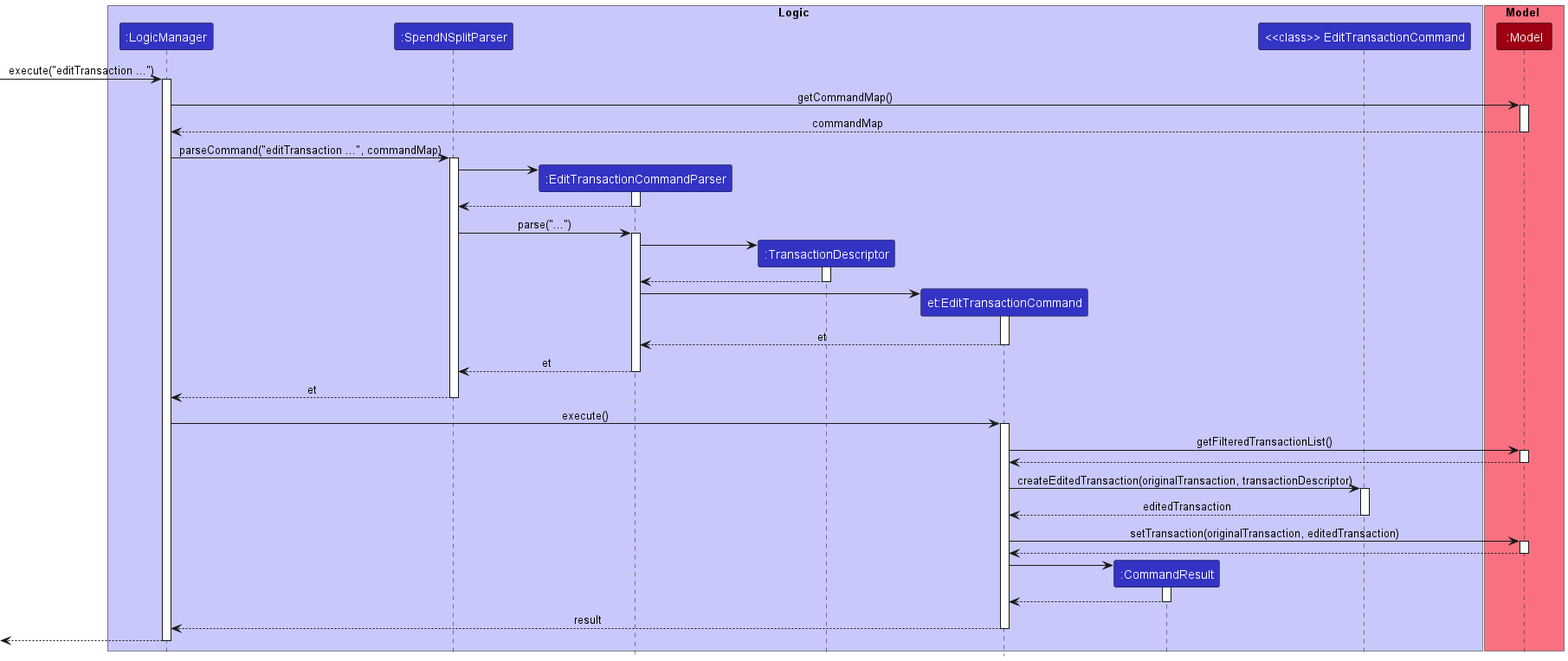
This is docs/images/EditTransactionSequenceDiagram.png from nus-cs2103-AY2324S1/tp, a PlantUML export, as it was before one commit.
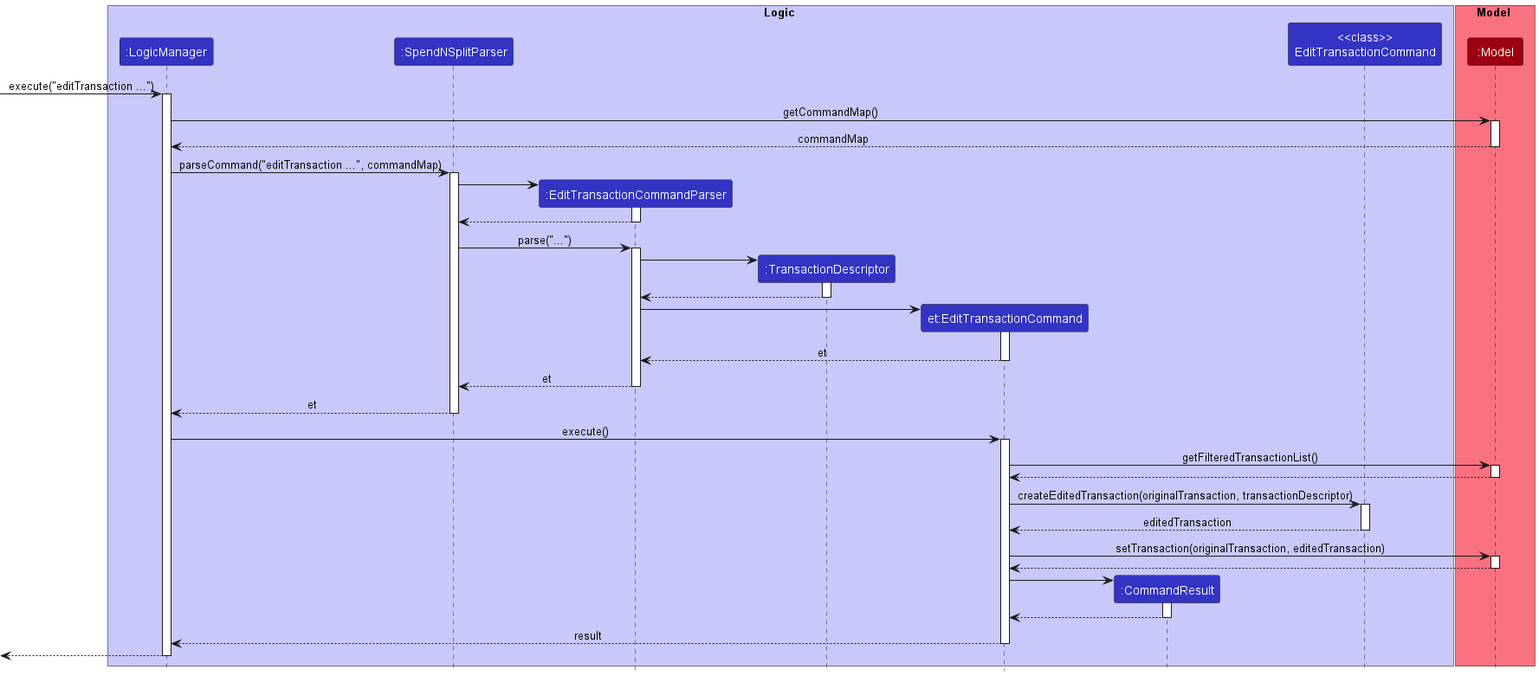
After the change.

What changed in the source:
```diff
@@ -9,7 +9,7 @@
 participant ":TransactionDescriptor" as TransactionDescriptor LOGIC_COLOR
 participant "et:EditTransactionCommand" as EditTransactionCommand LOGIC_COLOR
 participant ":CommandResult" as CommandResult LOGIC_COLOR
-participant "<<class>> EditTransactionCommand" as EditTransactionCommandClass LOGIC_COLOR
+participant "<<class>>\nEditTransactionCommand" as EditTransactionCommandClass LOGIC_COLOR
 end box
 
 box Model MODEL_COLOR_T1
```
